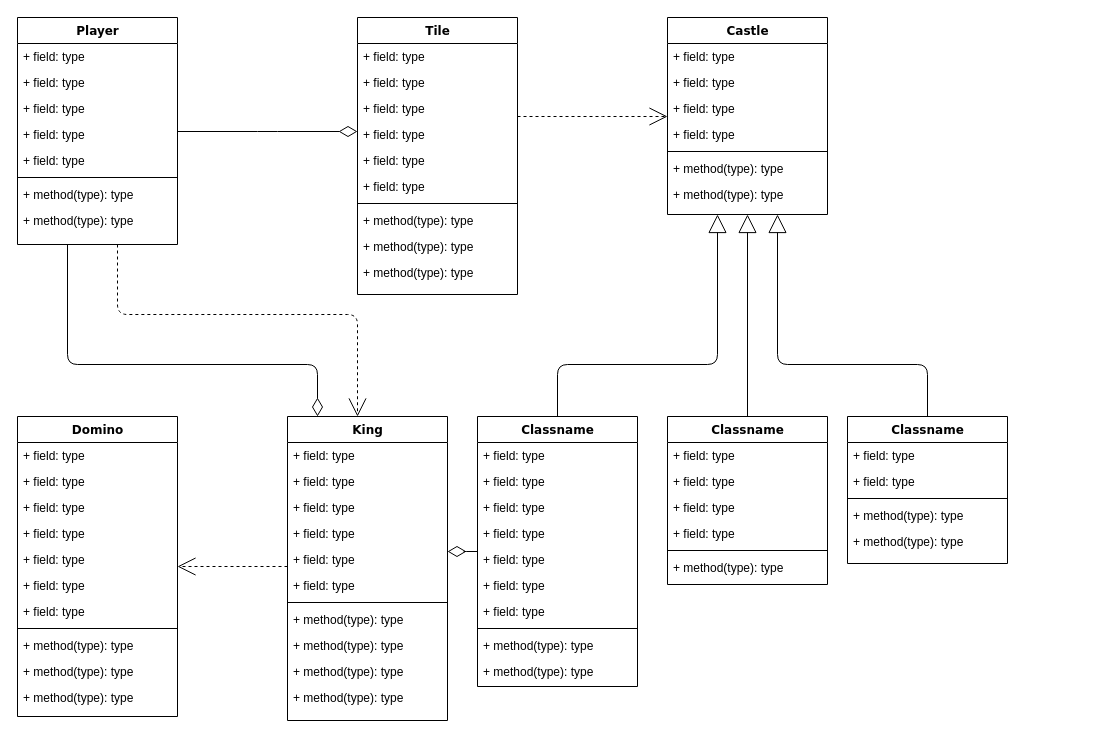
yazmerydeleon/BoardGameToVideoGame keeps this draw.io diagram as Assets/Untitled Diagram.drawio. Above is the earlier version. Source tidied: cells renumbered, new cells numbered last; positions are measured from the earlier drawing's top-left corner, leaving out a move shared by most shapes. Both pictures are drawn from the tidied source at 100%, with x=0, y=0 at pixel (17, 17).
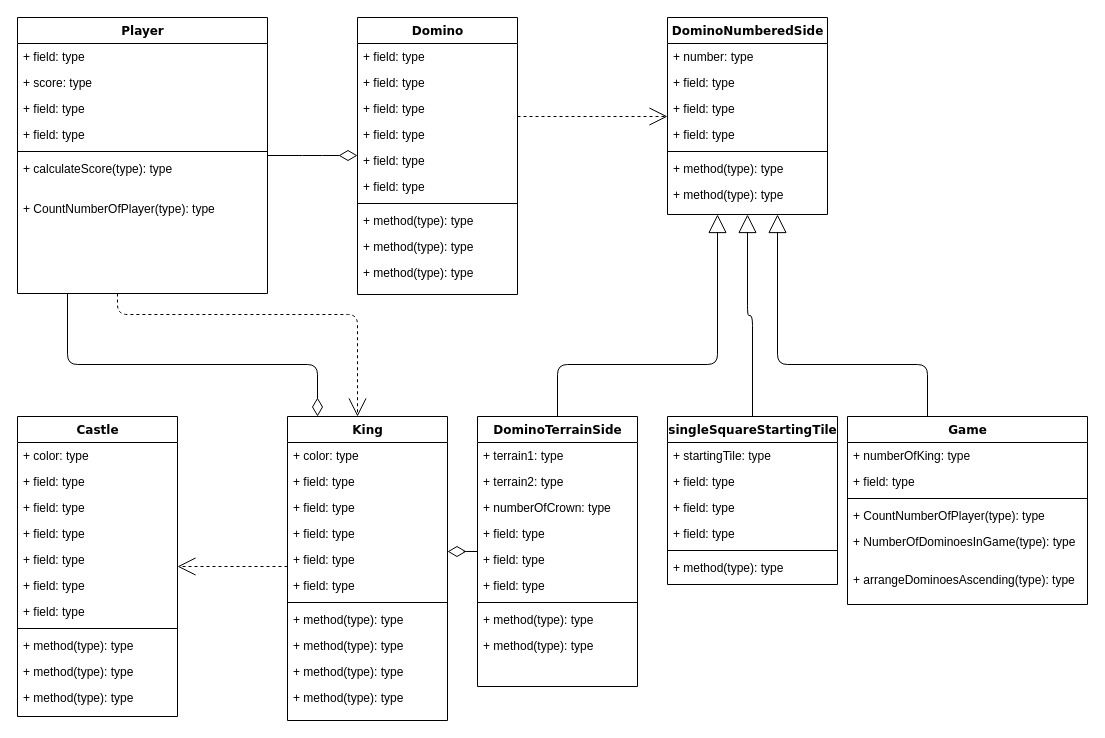
Above is the later version.

Commit message:
Classes for the game

Unchanged cells that the change refers to:
```xml
<mxCell id="47" value="King" style="swimlane;html=1;fontStyle=1;align=center;verticalAlign=top;horizontal=1;startSize=26;swimlaneFillColor=#ffffff;rounded=0;shadow=0;comic=0;labelBackgroundColor=none;strokeWidth=1;fillColor=none;fontFamily=Verdana;fontSize=12;" parent="1" vertex="1">
  <mxGeometry x="270" y="399" width="160" height="304" as="geometry" />
</mxCell>
```

What changed in the source:
```diff
@@
     <mxCell id="4" value="Player" style="swimlane;html=1;fontStyle=1;align=center;verticalAlign=top;horizontal=1;startSize=26;swimlaneFillColor=#ffffff;rounded=0;shadow=0;comic=0;labelBackgroundColor=none;strokeWidth=1;fillColor=none;fontFamily=Verdana;fontSize=12;" parent="1" vertex="1">
-      <mxGeometry width="160" height="227" as="geometry" />
+      <mxGeometry width="250" height="276" as="geometry" />
     </mxCell>
     <mxCell id="5" value="+ field: type" style="text;html=1;strokeColor=none;fillColor=none;align=left;verticalAlign=top;spacingLeft=4;spacingRight=4;whiteSpace=wrap;overflow=hidden;" parent="4" vertex="1">
-      <mxGeometry y="26" width="160" height="26" as="geometry" />
+      <mxGeometry y="26" width="250" height="26" as="geometry" />
     </mxCell>
-    <mxCell id="6" value="+ field: type" style="text;html=1;strokeColor=none;fillColor=none;align=left;verticalAlign=top;spacingLeft=4;spacingRight=4;whiteSpace=wrap;overflow=hidden;" parent="4" vertex="1">
-      <mxGeometry y="52" width="160" height="26" as="geometry" />
-    </mxCell>
-    <mxCell id="7" value="+ field: type" style="text;html=1;strokeColor=none;fillColor=none;align=left;verticalAlign=top;spacingLeft=4;spacingRight=4;whiteSpace=wrap;overflow=hidden;" parent="4" vertex="1">
-      <mxGeometry y="78" width="160" height="26" as="geometry" />
+    <mxCell id="7" value="+ score: type" style="text;html=1;strokeColor=none;fillColor=none;align=left;verticalAlign=top;spacingLeft=4;spacingRight=4;whiteSpace=wrap;overflow=hidden;" parent="4" vertex="1">
+      <mxGeometry y="52" width="250" height="26" as="geometry" />
     </mxCell>
     <mxCell id="8" value="+ field: type" style="text;html=1;strokeColor=none;fillColor=none;align=left;verticalAlign=top;spacingLeft=4;spacingRight=4;whiteSpace=wrap;overflow=hidden;" parent="4" vertex="1">
-      <mxGeometry y="104" width="160" height="26" as="geometry" />
+      <mxGeometry y="78" width="250" height="26" as="geometry" />
     </mxCell>
     <mxCell id="9" value="+ field: type" style="text;html=1;strokeColor=none;fillColor=none;align=left;verticalAlign=top;spacingLeft=4;spacingRight=4;whiteSpace=wrap;overflow=hidden;" parent="4" vertex="1">
-      <mxGeometry y="130" width="160" height="26" as="geometry" />
+      <mxGeometry y="104" width="250" height="26" as="geometry" />
     </mxCell>
     <mxCell id="10" style="line;html=1;strokeWidth=1;fillColor=none;align=left;verticalAlign=middle;spacingTop=-1;spacingLeft=3;spacingRight=3;labelPosition=right;" parent="4" vertex="1">
-      <mxGeometry y="156" width="160" height="8" as="geometry" />
+      <mxGeometry y="130" width="250" height="8" as="geometry" />
     </mxCell>
-    <mxCell id="11" value="+ method(type): type" style="text;html=1;strokeColor=none;fillColor=none;align=left;verticalAlign=top;spacingLeft=4;spacingRight=4;whiteSpace=wrap;overflow=hidden;" parent="4" vertex="1">
-      <mxGeometry y="164" width="160" height="26" as="geometry" />
-    </mxCell>
-    <mxCell id="12" value="+ method(type): type" style="text;html=1;strokeColor=none;fillColor=none;align=left;verticalAlign=top;spacingLeft=4;spacingRight=4;whiteSpace=wrap;overflow=hidden;" parent="4" vertex="1">
-      <mxGeometry y="190" width="160" height="26" as="geometry" />
+    <mxCell id="12" value="+ calculateScore(type): type" style="text;html=1;strokeColor=none;fillColor=none;align=left;verticalAlign=top;spacingLeft=4;spacingRight=4;whiteSpace=wrap;overflow=hidden;" parent="4" vertex="1">
+      <mxGeometry y="138" width="250" height="40" as="geometry" />
     </mxCell>
+    <mxCell id="87" value="+ CountNumberOfPlayer(type): type" style="text;html=1;strokeColor=none;fillColor=none;align=left;verticalAlign=top;spacingLeft=4;spacingRight=4;whiteSpace=wrap;overflow=hidden;" parent="4" vertex="1">
+      <mxGeometry y="178" width="250" height="36" as="geometry" />
+    </mxCell>
@@
-    <mxCell id="14" value="Tile" style="swimlane;html=1;fontStyle=1;align=center;verticalAlign=top;horizontal=1;startSize=26;swimlaneFillColor=#ffffff;rounded=0;shadow=0;comic=0;labelBackgroundColor=none;strokeWidth=1;fillColor=none;fontFamily=Verdana;fontSize=12;" parent="1" vertex="1">
+    <mxCell id="14" value="Domino" style="swimlane;html=1;fontStyle=1;align=center;verticalAlign=top;horizontal=1;startSize=26;swimlaneFillColor=#ffffff;rounded=0;shadow=0;comic=0;labelBackgroundColor=none;strokeWidth=1;fillColor=none;fontFamily=Verdana;fontSize=12;" parent="1" vertex="1">
       <mxGeometry x="340" width="160" height="277" as="geometry" />
     </mxCell>
@@
-    <mxCell id="25" value="Castle" style="swimlane;html=1;fontStyle=1;align=center;verticalAlign=top;horizontal=1;startSize=26;swimlaneFillColor=#ffffff;rounded=0;shadow=0;comic=0;labelBackgroundColor=none;strokeWidth=1;fillColor=none;fontFamily=Verdana;fontSize=12;" parent="1" vertex="1">
+    <mxCell id="25" value="DominoNumberedSide" style="swimlane;html=1;fontStyle=1;align=center;verticalAlign=top;horizontal=1;startSize=26;swimlaneFillColor=#ffffff;rounded=0;shadow=0;comic=0;labelBackgroundColor=none;strokeWidth=1;fillColor=none;fontFamily=Verdana;fontSize=12;" parent="1" vertex="1">
       <mxGeometry x="650" width="160" height="197" as="geometry" />
     </mxCell>
-    <mxCell id="26" value="+ field: type" style="text;html=1;strokeColor=none;fillColor=none;align=left;verticalAlign=top;spacingLeft=4;spacingRight=4;whiteSpace=wrap;overflow=hidden;" parent="25" vertex="1">
+    <mxCell id="26" value="+ number: type" style="text;html=1;strokeColor=none;fillColor=none;align=left;verticalAlign=top;spacingLeft=4;spacingRight=4;whiteSpace=wrap;overflow=hidden;" parent="25" vertex="1">
       <mxGeometry y="26" width="160" height="26" as="geometry" />
     </mxCell>
@@
-    <mxCell id="34" value="Domino" style="swimlane;html=1;fontStyle=1;align=center;verticalAlign=top;horizontal=1;startSize=26;swimlaneFillColor=#ffffff;rounded=0;shadow=0;comic=0;labelBackgroundColor=none;strokeWidth=1;fillColor=none;fontFamily=Verdana;fontSize=12;" parent="1" vertex="1">
+    <mxCell id="34" value="Castle" style="swimlane;html=1;fontStyle=1;align=center;verticalAlign=top;horizontal=1;startSize=26;swimlaneFillColor=#ffffff;rounded=0;shadow=0;comic=0;labelBackgroundColor=none;strokeWidth=1;fillColor=none;fontFamily=Verdana;fontSize=12;" parent="1" vertex="1">
       <mxGeometry y="399" width="160" height="300" as="geometry" />
     </mxCell>
-    <mxCell id="35" value="+ field: type" style="text;html=1;strokeColor=none;fillColor=none;align=left;verticalAlign=top;spacingLeft=4;spacingRight=4;whiteSpace=wrap;overflow=hidden;" parent="34" vertex="1">
+    <mxCell id="35" value="+ color: type" style="text;html=1;strokeColor=none;fillColor=none;align=left;verticalAlign=top;spacingLeft=4;spacingRight=4;whiteSpace=wrap;overflow=hidden;" parent="34" vertex="1">
       <mxGeometry y="26" width="160" height="26" as="geometry" />
     </mxCell>
@@
-    <mxCell id="48" value="+ field: type" style="text;html=1;strokeColor=none;fillColor=none;align=left;verticalAlign=top;spacingLeft=4;spacingRight=4;whiteSpace=wrap;overflow=hidden;" parent="47" vertex="1">
+    <mxCell id="48" value="+ color: type" style="text;html=1;strokeColor=none;fillColor=none;align=left;verticalAlign=top;spacingLeft=4;spacingRight=4;whiteSpace=wrap;overflow=hidden;" parent="47" vertex="1">
       <mxGeometry y="26" width="160" height="26" as="geometry" />
     </mxCell>
@@
-    <mxCell id="60" value="Classname" style="swimlane;html=1;fontStyle=1;align=center;verticalAlign=top;horizontal=1;startSize=26;swimlaneFillColor=#ffffff;rounded=0;shadow=0;comic=0;labelBackgroundColor=none;strokeWidth=1;fillColor=none;fontFamily=Verdana;fontSize=12;" parent="1" vertex="1">
+    <mxCell id="60" value="DominoTerrainSide" style="swimlane;html=1;fontStyle=1;align=center;verticalAlign=top;horizontal=1;startSize=26;swimlaneFillColor=#ffffff;rounded=0;shadow=0;comic=0;labelBackgroundColor=none;strokeWidth=1;fillColor=none;fontFamily=Verdana;fontSize=12;" parent="1" vertex="1">
       <mxGeometry x="460" y="399" width="160" height="270" as="geometry" />
     </mxCell>
-    <mxCell id="61" value="+ field: type" style="text;html=1;strokeColor=none;fillColor=none;align=left;verticalAlign=top;spacingLeft=4;spacingRight=4;whiteSpace=wrap;overflow=hidden;" parent="60" vertex="1">
-      <mxGeometry y="26" width="160" height="26" as="geometry" />
-    </mxCell>
-    <mxCell id="62" value="+ field: type" style="text;html=1;strokeColor=none;fillColor=none;align=left;verticalAlign=top;spacingLeft=4;spacingRight=4;whiteSpace=wrap;overflow=hidden;" parent="60" vertex="1">
-      <mxGeometry y="52" width="160" height="26" as="geometry" />
+    <mxCell id="62" value="+ terrain1: type" style="text;html=1;strokeColor=none;fillColor=none;align=left;verticalAlign=top;spacingLeft=4;spacingRight=4;whiteSpace=wrap;overflow=hidden;" parent="60" vertex="1">
+      <mxGeometry y="26" width="160" height="26" as="geometry" />
     </mxCell>
-    <mxCell id="63" value="+ field: type" style="text;html=1;strokeColor=none;fillColor=none;align=left;verticalAlign=top;spacingLeft=4;spacingRight=4;whiteSpace=wrap;overflow=hidden;" parent="60" vertex="1">
-      <mxGeometry y="78" width="160" height="26" as="geometry" />
+    <mxCell id="63" value="+ terrain2: type" style="text;html=1;strokeColor=none;fillColor=none;align=left;verticalAlign=top;spacingLeft=4;spacingRight=4;whiteSpace=wrap;overflow=hidden;" parent="60" vertex="1">
+      <mxGeometry y="52" width="160" height="26" as="geometry" />
     </mxCell>
-    <mxCell id="64" value="+ field: type" style="text;html=1;strokeColor=none;fillColor=none;align=left;verticalAlign=top;spacingLeft=4;spacingRight=4;whiteSpace=wrap;overflow=hidden;" parent="60" vertex="1">
-      <mxGeometry y="104" width="160" height="26" as="geometry" />
+    <mxCell id="64" value="+ numberOfCrown: type" style="text;html=1;strokeColor=none;fillColor=none;align=left;verticalAlign=top;spacingLeft=4;spacingRight=4;whiteSpace=wrap;overflow=hidden;" parent="60" vertex="1">
+      <mxGeometry y="78" width="160" height="26" as="geometry" />
     </mxCell>
     <mxCell id="65" value="+ field: type" style="text;html=1;strokeColor=none;fillColor=none;align=left;verticalAlign=top;spacingLeft=4;spacingRight=4;whiteSpace=wrap;overflow=hidden;" parent="60" vertex="1">
-      <mxGeometry y="130" width="160" height="26" as="geometry" />
+      <mxGeometry y="104" width="160" height="26" as="geometry" />
     </mxCell>
     <mxCell id="66" value="+ field: type" style="text;html=1;strokeColor=none;fillColor=none;align=left;verticalAlign=top;spacingLeft=4;spacingRight=4;whiteSpace=wrap;overflow=hidden;" parent="60" vertex="1">
-      <mxGeometry y="156" width="160" height="26" as="geometry" />
+      <mxGeometry y="130" width="160" height="26" as="geometry" />
     </mxCell>
     <mxCell id="67" value="+ field: type" style="text;html=1;strokeColor=none;fillColor=none;align=left;verticalAlign=top;spacingLeft=4;spacingRight=4;whiteSpace=wrap;overflow=hidden;" parent="60" vertex="1">
-      <mxGeometry y="182" width="160" height="26" as="geometry" />
+      <mxGeometry y="156" width="160" height="26" as="geometry" />
     </mxCell>
     <mxCell id="68" style="line;html=1;strokeWidth=1;fillColor=none;align=left;verticalAlign=middle;spacingTop=-1;spacingLeft=3;spacingRight=3;labelPosition=right;" parent="60" vertex="1">
-      <mxGeometry y="208" width="160" height="8" as="geometry" />
+      <mxGeometry y="182" width="160" height="8" as="geometry" />
     </mxCell>
     <mxCell id="69" value="+ method(type): type" style="text;html=1;strokeColor=none;fillColor=none;align=left;verticalAlign=top;spacingLeft=4;spacingRight=4;whiteSpace=wrap;overflow=hidden;" parent="60" vertex="1">
-      <mxGeometry y="216" width="160" height="26" as="geometry" />
+      <mxGeometry y="190" width="160" height="26" as="geometry" />
     </mxCell>
     <mxCell id="70" value="+ method(type): type" style="text;html=1;strokeColor=none;fillColor=none;align=left;verticalAlign=top;spacingLeft=4;spacingRight=4;whiteSpace=wrap;overflow=hidden;" parent="60" vertex="1">
-      <mxGeometry y="242" width="160" height="26" as="geometry" />
+      <mxGeometry y="216" width="160" height="26" as="geometry" />
     </mxCell>
@@
-    <mxCell id="72" value="Classname" style="swimlane;html=1;fontStyle=1;align=center;verticalAlign=top;horizontal=1;startSize=26;swimlaneFillColor=#ffffff;rounded=0;shadow=0;comic=0;labelBackgroundColor=none;strokeWidth=1;fillColor=none;fontFamily=Verdana;fontSize=12;" parent="1" vertex="1">
-      <mxGeometry x="650" y="399" width="160" height="168" as="geometry" />
+    <mxCell id="72" value="singleSquareStartingTile" style="swimlane;html=1;fontStyle=1;align=center;verticalAlign=top;horizontal=1;startSize=26;swimlaneFillColor=#ffffff;rounded=0;shadow=0;comic=0;labelBackgroundColor=none;strokeWidth=1;fillColor=none;fontFamily=Verdana;fontSize=12;" parent="1" vertex="1">
+      <mxGeometry x="650" y="399" width="170" height="168" as="geometry" />
     </mxCell>
-    <mxCell id="73" value="+ field: type" style="text;html=1;strokeColor=none;fillColor=none;align=left;verticalAlign=top;spacingLeft=4;spacingRight=4;whiteSpace=wrap;overflow=hidden;" parent="72" vertex="1">
-      <mxGeometry y="26" width="160" height="26" as="geometry" />
+    <mxCell id="73" value="+ startingTile: type" style="text;html=1;strokeColor=none;fillColor=none;align=left;verticalAlign=top;spacingLeft=4;spacingRight=4;whiteSpace=wrap;overflow=hidden;" parent="72" vertex="1">
+      <mxGeometry y="26" width="170" height="26" as="geometry" />
     </mxCell>
     <mxCell id="74" value="+ field: type" style="text;html=1;strokeColor=none;fillColor=none;align=left;verticalAlign=top;spacingLeft=4;spacingRight=4;whiteSpace=wrap;overflow=hidden;" parent="72" vertex="1">
-      <mxGeometry y="52" width="160" height="26" as="geometry" />
+      <mxGeometry y="52" width="170" height="26" as="geometry" />
     </mxCell>
     <mxCell id="75" value="+ field: type" style="text;html=1;strokeColor=none;fillColor=none;align=left;verticalAlign=top;spacingLeft=4;spacingRight=4;whiteSpace=wrap;overflow=hidden;" parent="72" vertex="1">
-      <mxGeometry y="78" width="160" height="26" as="geometry" />
+      <mxGeometry y="78" width="170" height="26" as="geometry" />
     </mxCell>
     <mxCell id="76" value="+ field: type" style="text;html=1;strokeColor=none;fillColor=none;align=left;verticalAlign=top;spacingLeft=4;spacingRight=4;whiteSpace=wrap;overflow=hidden;" parent="72" vertex="1">
-      <mxGeometry y="104" width="160" height="26" as="geometry" />
+      <mxGeometry y="104" width="170" height="26" as="geometry" />
     </mxCell>
     <mxCell id="77" style="line;html=1;strokeWidth=1;fillColor=none;align=left;verticalAlign=middle;spacingTop=-1;spacingLeft=3;spacingRight=3;labelPosition=right;" parent="72" vertex="1">
-      <mxGeometry y="130" width="160" height="8" as="geometry" />
+      <mxGeometry y="130" width="170" height="8" as="geometry" />
     </mxCell>
     <mxCell id="78" value="+ method(type): type" style="text;html=1;strokeColor=none;fillColor=none;align=left;verticalAlign=top;spacingLeft=4;spacingRight=4;whiteSpace=wrap;overflow=hidden;" parent="72" vertex="1">
-      <mxGeometry y="138" width="160" height="26" as="geometry" />
+      <mxGeometry y="138" width="170" height="26" as="geometry" />
     </mxCell>
@@
-    <mxCell id="80" value="Classname" style="swimlane;html=1;fontStyle=1;align=center;verticalAlign=top;horizontal=1;startSize=26;swimlaneFillColor=#ffffff;rounded=0;shadow=0;comic=0;labelBackgroundColor=none;strokeWidth=1;fillColor=none;fontFamily=Verdana;fontSize=12;" parent="1" vertex="1">
-      <mxGeometry x="830" y="399" width="160" height="147" as="geometry" />
+    <mxCell id="80" value="Game" style="swimlane;html=1;fontStyle=1;align=center;verticalAlign=top;horizontal=1;startSize=26;swimlaneFillColor=#ffffff;rounded=0;shadow=0;comic=0;labelBackgroundColor=none;strokeWidth=1;fillColor=none;fontFamily=Verdana;fontSize=12;" parent="1" vertex="1">
+      <mxGeometry x="830" y="399" width="240" height="188" as="geometry" />
     </mxCell>
-    <mxCell id="81" value="+ field: type" style="text;html=1;strokeColor=none;fillColor=none;align=left;verticalAlign=top;spacingLeft=4;spacingRight=4;whiteSpace=wrap;overflow=hidden;" parent="80" vertex="1">
-      <mxGeometry y="26" width="160" height="26" as="geometry" />
+    <mxCell id="81" value="+ numberOfKing: type" style="text;html=1;strokeColor=none;fillColor=none;align=left;verticalAlign=top;spacingLeft=4;spacingRight=4;whiteSpace=wrap;overflow=hidden;" parent="80" vertex="1">
+      <mxGeometry y="26" width="240" height="26" as="geometry" />
     </mxCell>
     <mxCell id="82" value="+ field: type" style="text;html=1;strokeColor=none;fillColor=none;align=left;verticalAlign=top;spacingLeft=4;spacingRight=4;whiteSpace=wrap;overflow=hidden;" parent="80" vertex="1">
-      <mxGeometry y="52" width="160" height="26" as="geometry" />
+      <mxGeometry y="52" width="240" height="26" as="geometry" />
     </mxCell>
     <mxCell id="83" style="line;html=1;strokeWidth=1;fillColor=none;align=left;verticalAlign=middle;spacingTop=-1;spacingLeft=3;spacingRight=3;labelPosition=right;" parent="80" vertex="1">
-      <mxGeometry y="78" width="160" height="8" as="geometry" />
+      <mxGeometry y="78" width="240" height="8" as="geometry" />
     </mxCell>
-    <mxCell id="84" value="+ method(type): type" style="text;html=1;strokeColor=none;fillColor=none;align=left;verticalAlign=top;spacingLeft=4;spacingRight=4;whiteSpace=wrap;overflow=hidden;" parent="80" vertex="1">
-      <mxGeometry y="86" width="160" height="26" as="geometry" />
+    <mxCell id="84" value="+ CountNumberOfPlayer(type): type" style="text;html=1;strokeColor=none;fillColor=none;align=left;verticalAlign=top;spacingLeft=4;spacingRight=4;whiteSpace=wrap;overflow=hidden;" parent="80" vertex="1">
+      <mxGeometry y="86" width="240" height="26" as="geometry" />
     </mxCell>
-    <mxCell id="85" value="+ method(type): type" style="text;html=1;strokeColor=none;fillColor=none;align=left;verticalAlign=top;spacingLeft=4;spacingRight=4;whiteSpace=wrap;overflow=hidden;" parent="80" vertex="1">
-      <mxGeometry y="112" width="160" height="26" as="geometry" />
+    <mxCell id="85" value="+ NumberOfDominoesInGame(type): type" style="text;html=1;strokeColor=none;fillColor=none;align=left;verticalAlign=top;spacingLeft=4;spacingRight=4;whiteSpace=wrap;overflow=hidden;" parent="80" vertex="1">
+      <mxGeometry y="112" width="240" height="38" as="geometry" />
     </mxCell>
+    <mxCell id="88" value="+ arrangeDominoesAscending(type): type" style="text;html=1;strokeColor=none;fillColor=none;align=left;verticalAlign=top;spacingLeft=4;spacingRight=4;whiteSpace=wrap;overflow=hidden;" parent="80" vertex="1">
+      <mxGeometry y="150" width="240" height="38" as="geometry" />
+    </mxCell>
```
